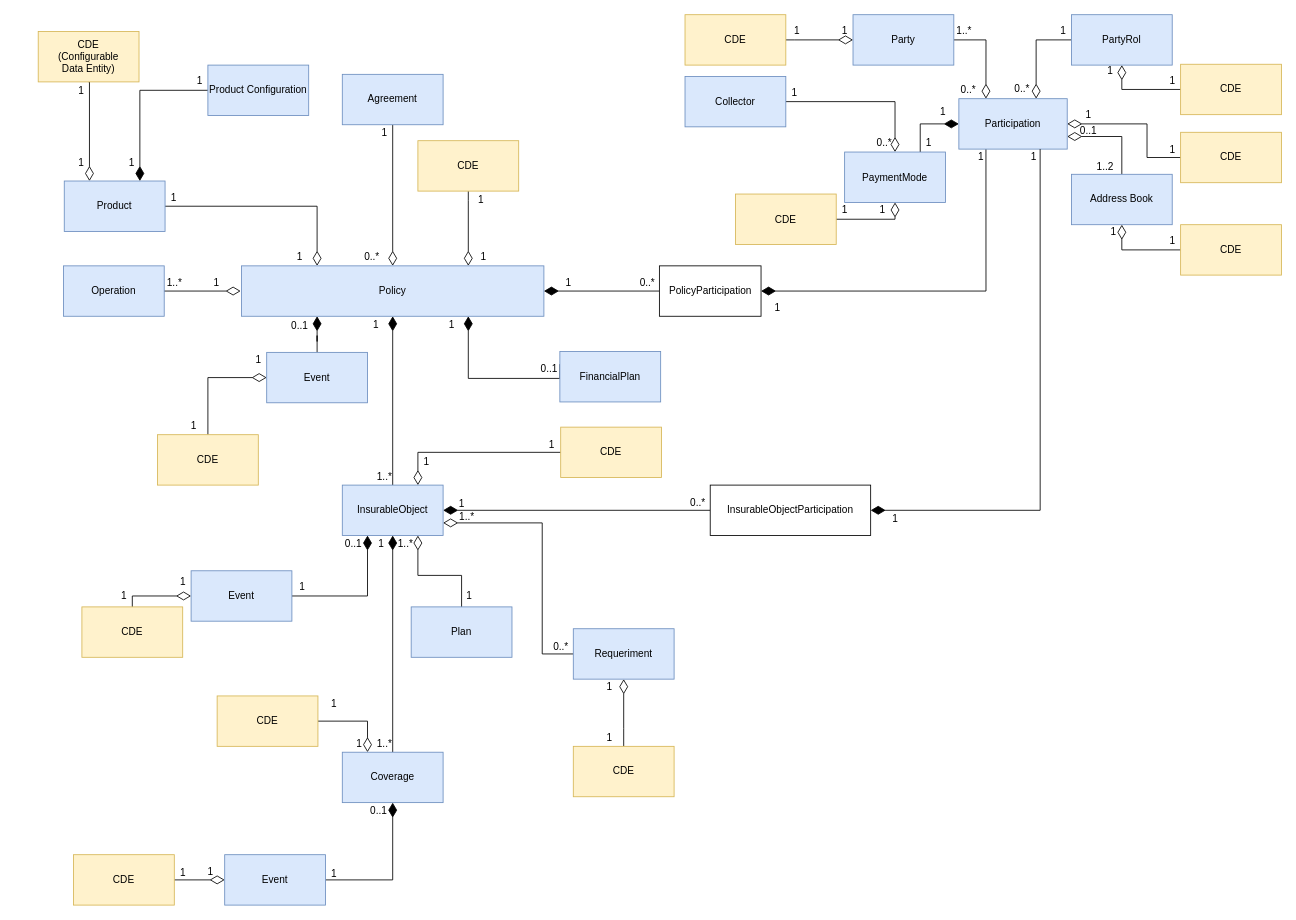
This is page "Page-1" (1 of 3) of policy-structure.drawio from saman-core/docs, a draw.io file, before an edit. Source tidied: cells renumbered, new cells numbered last; positions are measured from the earlier drawing's top-left corner, leaving out a move shared by most shapes. Both pictures are drawn from the tidied source at 84%, with x=0, y=0 at pixel (38, 14).
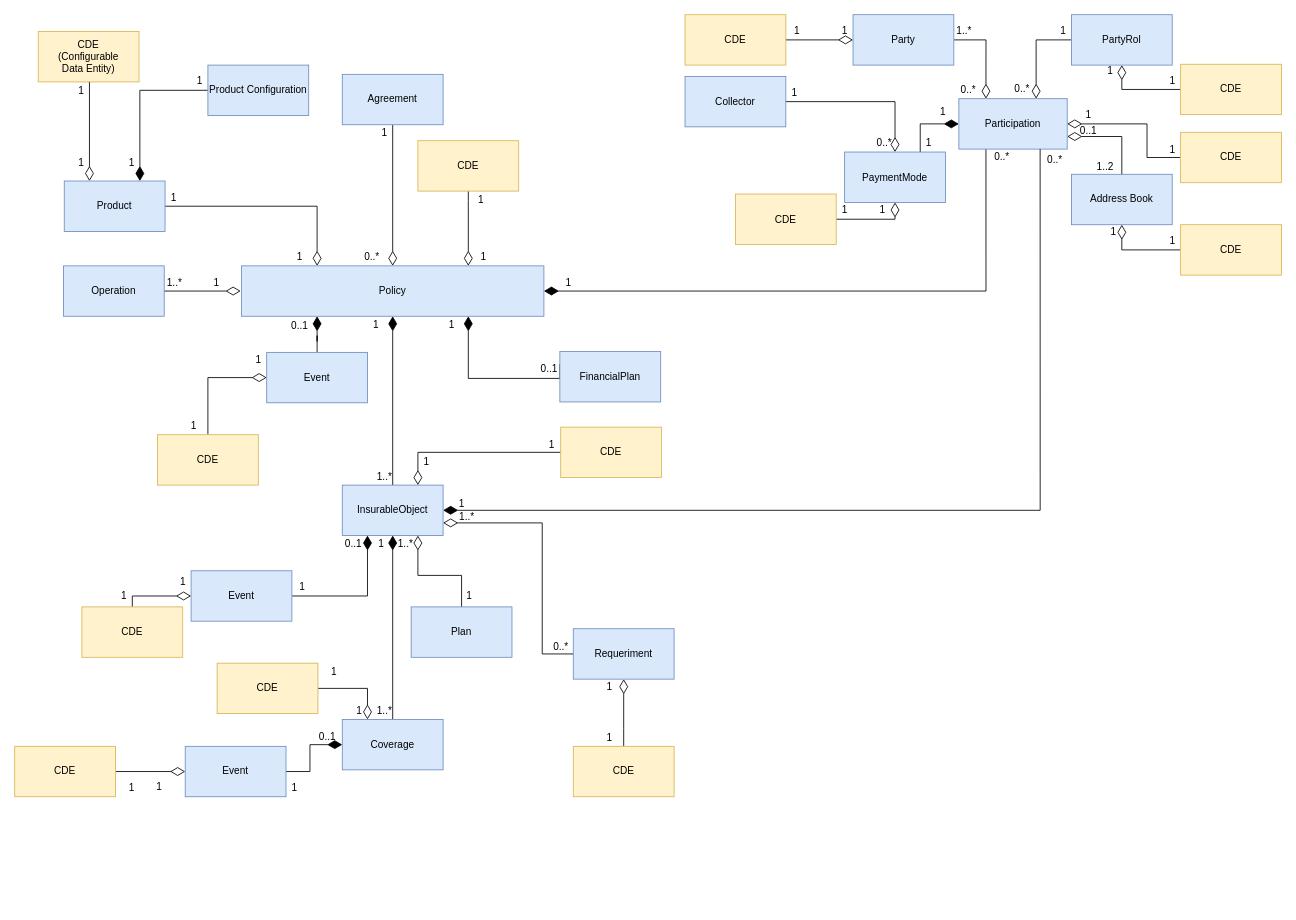
The same diagram, later.

Unchanged cells that the change refers to:
```xml
<mxCell id="24" value="Policy" style="rounded=0;whiteSpace=wrap;html=1;verticalAlign=middle;fillColor=#dae8fc;strokeColor=#6c8ebf;" parent="1" vertex="1">
  <mxGeometry x="242" y="299" width="360" height="60" as="geometry" />
</mxCell>
<mxCell id="26" value="InsurableObject" style="rounded=0;whiteSpace=wrap;html=1;verticalAlign=middle;fillColor=#dae8fc;strokeColor=#6c8ebf;" parent="1" vertex="1">
  <mxGeometry x="362" y="560" width="120" height="60" as="geometry" />
</mxCell>
<mxCell id="58" value="Participation" style="rounded=0;whiteSpace=wrap;html=1;fillColor=#dae8fc;strokeColor=#6c8ebf;" parent="1" vertex="1">
  <mxGeometry x="1096" y="100" width="129" height="60" as="geometry" />
</mxCell>
```

What changed in the source:
```diff
@@
     <mxCell id="5" value="CDE" style="rounded=0;whiteSpace=wrap;html=1;verticalAlign=middle;fillColor=#fff2cc;strokeColor=#d6b656;" parent="1" vertex="1">
-      <mxGeometry x="42" y="1000" width="120" height="60" as="geometry" />
+      <mxGeometry x="-28" y="871" width="120" height="60" as="geometry" />
     </mxCell>
@@
     <mxCell id="20" style="edgeStyle=orthogonalEdgeStyle;rounded=0;jettySize=auto;html=1;entryX=0.25;entryY=0;entryDx=0;entryDy=0;endArrow=diamondThin;endFill=0;startSize=15;endSize=15;exitX=1;exitY=0.5;exitDx=0;exitDy=0;" parent="1" edge="1" source="21" target="28">
       <mxGeometry relative="1" as="geometry">
         <Array as="points">
-          <mxPoint x="392" y="841" />
+          <mxPoint x="392" y="802" />
         </Array>
       </mxGeometry>
     </mxCell>
     <mxCell id="21" value="CDE" style="rounded=0;whiteSpace=wrap;html=1;verticalAlign=middle;fillColor=#fff2cc;strokeColor=#d6b656;" parent="1" vertex="1">
-      <mxGeometry x="213" y="811" width="120" height="60" as="geometry" />
+      <mxGeometry x="213" y="772" width="120" height="60" as="geometry" />
     </mxCell>
@@
     <mxCell id="28" value="Coverage" style="rounded=0;whiteSpace=wrap;html=1;verticalAlign=middle;fillColor=#dae8fc;strokeColor=#6c8ebf;" parent="1" vertex="1">
-      <mxGeometry x="362" y="878" width="120" height="60" as="geometry" />
+      <mxGeometry x="362" y="839" width="120" height="60" as="geometry" />
     </mxCell>
@@
-    <mxCell id="33" style="edgeStyle=orthogonalEdgeStyle;rounded=0;jettySize=auto;html=1;endArrow=diamondThin;endFill=1;startSize=15;endSize=15;entryX=0.5;entryY=1;entryDx=0;entryDy=0;" parent="1" edge="1" source="34" target="28">
+    <mxCell id="33" style="edgeStyle=orthogonalEdgeStyle;rounded=0;jettySize=auto;html=1;endArrow=diamondThin;endFill=1;startSize=15;endSize=15;" parent="1" edge="1" source="34" target="28">
       <mxGeometry relative="1" as="geometry" />
     </mxCell>
     <mxCell id="34" value="Event" style="rounded=0;whiteSpace=wrap;html=1;verticalAlign=middle;fillColor=#dae8fc;strokeColor=#6c8ebf;" parent="1" vertex="1">
-      <mxGeometry x="222" y="1000" width="120" height="60" as="geometry" />
+      <mxGeometry x="175" y="871" width="120" height="60" as="geometry" />
     </mxCell>
@@
-    <mxCell id="57" style="edgeStyle=orthogonalEdgeStyle;rounded=0;jettySize=auto;html=1;endArrow=diamondThin;endFill=1;startSize=15;endSize=15;exitX=0.25;exitY=1;exitDx=0;exitDy=0;entryX=1;entryY=0.5;entryDx=0;entryDy=0;" parent="1" edge="1" source="58" target="62">
+    <mxCell id="57" style="edgeStyle=orthogonalEdgeStyle;rounded=0;jettySize=auto;html=1;endArrow=diamondThin;endFill=1;startSize=15;endSize=15;exitX=0.25;exitY=1;exitDx=0;exitDy=0;" parent="1" edge="1" source="58" target="24">
       <mxGeometry relative="1" as="geometry">
         <Array as="points">
           <mxPoint x="1128" y="329" />
         </Array>
       </mxGeometry>
     </mxCell>
@@
-    <mxCell id="61" style="edgeStyle=orthogonalEdgeStyle;rounded=0;jettySize=auto;html=1;endArrow=diamondThin;endFill=1;startSize=15;endSize=15;entryX=1;entryY=0.5;entryDx=0;entryDy=0;" parent="1" edge="1" source="62" target="24">
-      <mxGeometry relative="1" as="geometry" />
-    </mxCell>
-    <mxCell id="62" value="PolicyParticipation" style="rounded=0;whiteSpace=wrap;html=1;" parent="1" vertex="1">
-      <mxGeometry x="739.5" y="299" width="121" height="60" as="geometry" />
-    </mxCell>
-    <mxCell id="63" style="edgeStyle=orthogonalEdgeStyle;rounded=0;jettySize=auto;html=1;endArrow=diamondThin;endFill=1;startSize=15;endSize=15;entryX=1;entryY=0.5;entryDx=0;entryDy=0;" parent="1" edge="1" source="64" target="26">
-      <mxGeometry relative="1" as="geometry" />
-    </mxCell>
-    <mxCell id="64" value="InsurableObjectParticipation" style="rounded=0;whiteSpace=wrap;html=1;" parent="1" vertex="1">
-      <mxGeometry x="800" y="560" width="191" height="60" as="geometry" />
-    </mxCell>
@@
     <mxCell id="83" value="1..*" style="text;html=1;align=center;verticalAlign=middle;strokeColor=none;fillColor=none;" parent="1" vertex="1">
-      <mxGeometry x="397" y="858" width="30" height="20" as="geometry" />
+      <mxGeometry x="397" y="819" width="30" height="20" as="geometry" />
     </mxCell>
     <mxCell id="84" value="1" style="text;html=1;align=center;verticalAlign=middle;strokeColor=none;fillColor=none;" parent="1" vertex="1">
-      <mxGeometry x="372" y="858" width="20" height="20" as="geometry" />
+      <mxGeometry x="372" y="819" width="20" height="20" as="geometry" />
     </mxCell>
@@
     <mxCell id="87" value="1" style="text;html=1;align=center;verticalAlign=middle;strokeColor=none;fillColor=none;" parent="1" vertex="1">
-      <mxGeometry x="342" y="811" width="20" height="20" as="geometry" />
+      <mxGeometry x="342" y="772" width="20" height="20" as="geometry" />
     </mxCell>
@@
     <mxCell id="90" value="1" style="text;html=1;align=center;verticalAlign=middle;strokeColor=none;fillColor=none;" parent="1" vertex="1">
-      <mxGeometry x="195" y="1011" width="20" height="20" as="geometry" />
+      <mxGeometry x="134" y="910" width="20" height="20" as="geometry" />
     </mxCell>
     <mxCell id="91" value="1" style="text;html=1;align=center;verticalAlign=middle;strokeColor=none;fillColor=none;" parent="1" vertex="1">
-      <mxGeometry x="162" y="1012" width="20" height="20" as="geometry" />
+      <mxGeometry x="101" y="911" width="20" height="20" as="geometry" />
     </mxCell>
@@
     <mxCell id="93" value="1" style="text;html=1;align=center;verticalAlign=middle;strokeColor=none;fillColor=none;" parent="1" vertex="1">
-      <mxGeometry x="342" y="1013" width="20" height="20" as="geometry" />
+      <mxGeometry x="295" y="911" width="20" height="20" as="geometry" />
     </mxCell>
@@
     <mxCell id="95" value="0..1" style="text;html=1;align=center;verticalAlign=middle;strokeColor=none;fillColor=none;" parent="1" vertex="1">
-      <mxGeometry x="385" y="938" width="40" height="20" as="geometry" />
+      <mxGeometry x="324" y="850" width="40" height="20" as="geometry" />
     </mxCell>
@@
-    <mxCell id="103" value="0..*" style="text;html=1;align=center;verticalAlign=middle;strokeColor=none;fillColor=none;" parent="1" vertex="1">
-      <mxGeometry x="770" y="571" width="30" height="20" as="geometry" />
-    </mxCell>
-    <mxCell id="104" value="0..*" style="text;html=1;align=center;verticalAlign=middle;strokeColor=none;fillColor=none;" parent="1" vertex="1">
-      <mxGeometry x="709.5" y="310" width="30" height="20" as="geometry" />
-    </mxCell>
@@
-    <mxCell id="127" value="1" style="text;html=1;align=center;verticalAlign=middle;strokeColor=none;fillColor=none;" parent="1" vertex="1">
-      <mxGeometry x="1112" y="160" width="20" height="20" as="geometry" />
-    </mxCell>
@@
-    <mxCell id="133" style="edgeStyle=orthogonalEdgeStyle;rounded=0;jettySize=auto;html=1;endArrow=diamondThin;endFill=1;startSize=15;endSize=15;exitX=0.75;exitY=1;exitDx=0;exitDy=0;entryX=1;entryY=0.5;entryDx=0;entryDy=0;" parent="1" edge="1" source="58" target="64">
+    <mxCell id="133" style="edgeStyle=orthogonalEdgeStyle;rounded=0;jettySize=auto;html=1;endArrow=diamondThin;endFill=1;startSize=15;endSize=15;exitX=0.75;exitY=1;exitDx=0;exitDy=0;entryX=1;entryY=0.5;entryDx=0;entryDy=0;" parent="1" edge="1" source="58" target="26">
       <mxGeometry relative="1" as="geometry">
         <Array as="points">
           <mxPoint x="1193" y="590" />
         </Array>
       </mxGeometry>
     </mxCell>
-    <mxCell id="134" value="1" style="text;html=1;align=center;verticalAlign=middle;strokeColor=none;fillColor=none;" parent="1" vertex="1">
-      <mxGeometry x="1175" y="160" width="20" height="20" as="geometry" />
-    </mxCell>
-    <mxCell id="135" value="1" style="text;html=1;align=center;verticalAlign=middle;strokeColor=none;fillColor=none;" parent="1" vertex="1">
-      <mxGeometry x="870" y="339" width="20" height="20" as="geometry" />
-    </mxCell>
-    <mxCell id="136" value="1" style="text;html=1;align=center;verticalAlign=middle;strokeColor=none;fillColor=none;" parent="1" vertex="1">
-      <mxGeometry x="1010" y="591" width="20" height="20" as="geometry" />
-    </mxCell>
+    <mxCell id="137" value="0..*" style="text;html=1;align=center;verticalAlign=middle;strokeColor=none;fillColor=none;" parent="1" vertex="1">
+      <mxGeometry x="1132" y="160" width="30" height="20" as="geometry" />
+    </mxCell>
+    <mxCell id="138" value="0..*" style="text;html=1;align=center;verticalAlign=middle;strokeColor=none;fillColor=none;" parent="1" vertex="1">
+      <mxGeometry x="1195" y="162.5" width="30" height="20" as="geometry" />
+    </mxCell>
```
